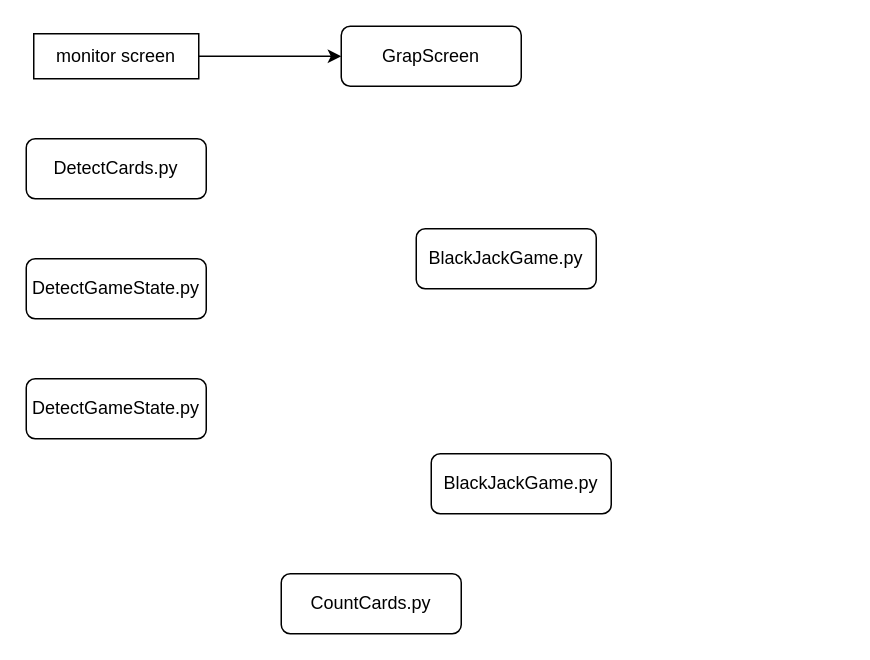
This is docs/flowchart_code.drawio from JLSchol/counting_cards, a draw.io file, before an edit. Source tidied: cells renumbered, new cells numbered last; positions are measured from the earlier drawing's top-left corner, leaving out a move shared by most shapes. Both pictures are drawn from the tidied source at 150%, with x=0, y=0 at pixel (26, 26).
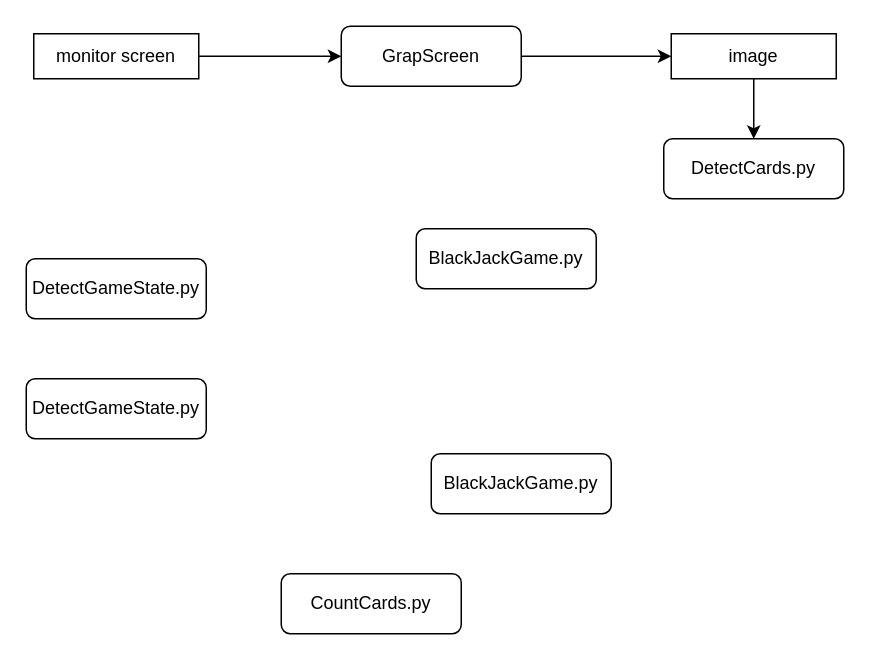
After the change.

Diff of the diagram source:
```diff
@@
 <mxGraphModel>
   <root>
     <mxCell id="0" />
     <mxCell id="1" parent="0" />
     <mxCell id="2" value="CountCards.py" style="rounded=1;whiteSpace=wrap;html=1;fontSize=12;glass=0;strokeWidth=1;shadow=0;" parent="1" vertex="1">
       <mxGeometry x="170" y="365" width="120" height="40" as="geometry" />
     </mxCell>
     <mxCell id="3" value="DetectCards.py" style="rounded=1;whiteSpace=wrap;html=1;fontSize=12;glass=0;strokeWidth=1;shadow=0;" parent="1" vertex="1">
-      <mxGeometry y="75" width="120" height="40" as="geometry" />
+      <mxGeometry x="425" y="75" width="120" height="40" as="geometry" />
     </mxCell>
     <mxCell id="4" value="DetectGameState.py" style="rounded=1;whiteSpace=wrap;html=1;fontSize=12;glass=0;strokeWidth=1;shadow=0;" parent="1" vertex="1">
       <mxGeometry y="235" width="120" height="40" as="geometry" />
     </mxCell>
     <mxCell id="5" value="DetectGameState.py" style="rounded=1;whiteSpace=wrap;html=1;fontSize=12;glass=0;strokeWidth=1;shadow=0;" parent="1" vertex="1">
       <mxGeometry y="155" width="120" height="40" as="geometry" />
     </mxCell>
     <mxCell id="6" value="BlackJackGame.py" style="rounded=1;whiteSpace=wrap;html=1;fontSize=12;glass=0;strokeWidth=1;shadow=0;" parent="1" vertex="1">
       <mxGeometry x="260" y="135" width="120" height="40" as="geometry" />
     </mxCell>
     <mxCell id="7" style="edgeStyle=orthogonalEdgeStyle;rounded=0;jettySize=auto;html=1;exitX=1;exitY=0.5;exitDx=0;exitDy=0;" parent="1" edge="1" source="8" target="10">
       <mxGeometry relative="1" as="geometry" />
     </mxCell>
     <mxCell id="8" value="monitor screen" style="rounded=0;whiteSpace=wrap;html=1;" parent="1" vertex="1">
       <mxGeometry x="5" y="5" width="110" height="30" as="geometry" />
     </mxCell>
     <mxCell id="9" value="BlackJackGame.py" style="rounded=1;whiteSpace=wrap;html=1;fontSize=12;glass=0;strokeWidth=1;shadow=0;" parent="1" vertex="1">
       <mxGeometry x="270" y="285" width="120" height="40" as="geometry" />
     </mxCell>
+    <mxCell id="11" style="edgeStyle=orthogonalEdgeStyle;rounded=0;jettySize=auto;html=1;exitX=1;exitY=0.5;exitDx=0;exitDy=0;entryX=0;entryY=0.5;entryDx=0;entryDy=0;" parent="1" edge="1" source="10" target="13">
+      <mxGeometry relative="1" as="geometry" />
+    </mxCell>
     <mxCell id="10" value="GrapScreen" style="rounded=1;whiteSpace=wrap;html=1;fontSize=12;glass=0;strokeWidth=1;shadow=0;" parent="1" vertex="1">
       <mxGeometry x="210" width="120" height="40" as="geometry" />
     </mxCell>
+    <mxCell id="12" style="edgeStyle=orthogonalEdgeStyle;rounded=0;jettySize=auto;html=1;" parent="1" edge="1" source="13" target="3">
+      <mxGeometry relative="1" as="geometry" />
+    </mxCell>
+    <mxCell id="13" value="image" style="rounded=0;whiteSpace=wrap;html=1;" parent="1" vertex="1">
+      <mxGeometry x="430" y="5" width="110" height="30" as="geometry" />
+    </mxCell>
   </root>
 </mxGraphModel>
```
